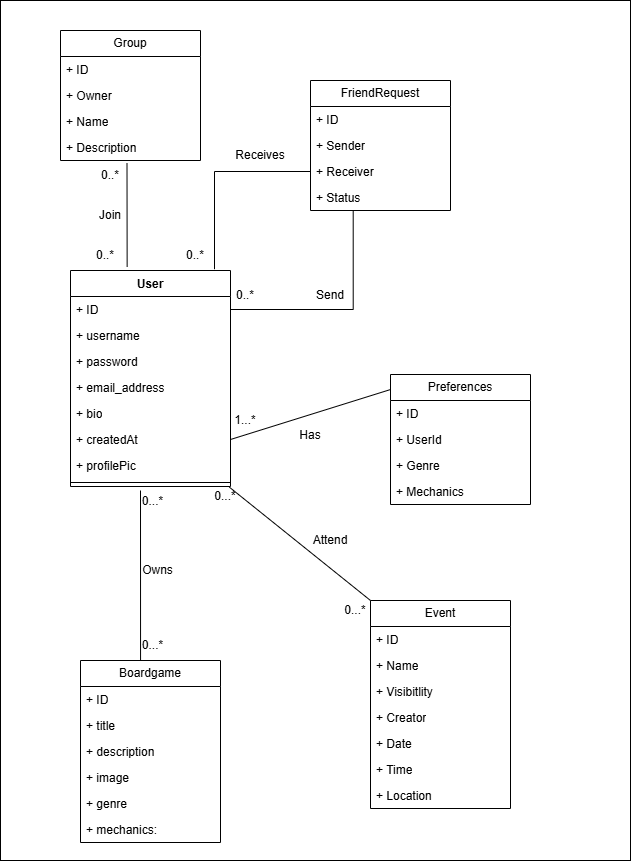
COS301-SE-2026/Boardwise keeps this draw.io diagram as docs/diagrams/User_service_domain_model.drawio.png. Above is the earlier version. Source tidied: cells renumbered, new cells last; positions are measured from the earlier drawing's top-left corner, leaving out a move shared by most shapes.
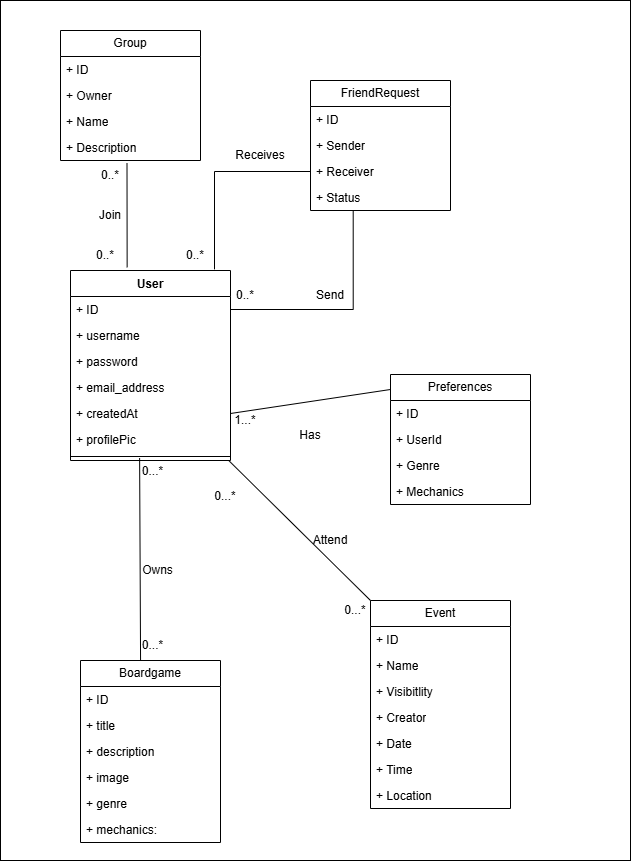
Later version of the same file.

Commit message:
Removed bio from domain model.

Diff of the diagram source:
```diff
@@ -6,7 +6,7 @@
       <mxGeometry width="630" height="860" as="geometry" />
     </mxCell>
     <mxCell id="3" value="User" style="swimlane;fontStyle=1;align=center;verticalAlign=top;horizontal=1;startSize=26;whiteSpace=wrap;html=1;" parent="1" vertex="1">
-      <mxGeometry x="70" y="270" width="160" height="216" as="geometry" />
+      <mxGeometry x="70" y="270" width="160" height="190" as="geometry" />
     </mxCell>
     <mxCell id="4" value="+ ID" style="text;strokeColor=none;fillColor=none;align=left;verticalAlign=top;spacingLeft=4;spacingRight=4;overflow=hidden;points=[[0,0.5],[1,0.5]];portConstraint=eastwest;whiteSpace=wrap;html=1;" parent="3" vertex="1">
       <mxGeometry y="26" width="160" height="26" as="geometry" />
@@ -20,17 +20,14 @@
     <mxCell id="7" value="+ email_address" style="text;strokeColor=none;fillColor=none;align=left;verticalAlign=top;spacingLeft=4;spacingRight=4;overflow=hidden;whiteSpace=wrap;html=1;" parent="3" vertex="1">
       <mxGeometry y="104" width="160" height="26" as="geometry" />
     </mxCell>
-    <mxCell id="8" value="+ bio" style="text;strokeColor=none;fillColor=none;align=left;verticalAlign=top;spacingLeft=4;spacingRight=4;overflow=hidden;whiteSpace=wrap;html=1;" parent="3" vertex="1">
-      <mxGeometry y="130" width="160" height="26" as="geometry" />
-    </mxCell>
     <mxCell id="9" value="+ createdAt" style="text;strokeColor=none;fillColor=none;align=left;verticalAlign=top;spacingLeft=4;spacingRight=4;overflow=hidden;points=[[0,0.5],[1,0.5]];portConstraint=eastwest;whiteSpace=wrap;html=1;" parent="3" vertex="1">
-      <mxGeometry y="156" width="160" height="26" as="geometry" />
+      <mxGeometry y="130" width="160" height="26" as="geometry" />
     </mxCell>
     <mxCell id="10" value="+ profilePic" style="text;strokeColor=none;fillColor=none;align=left;verticalAlign=top;spacingLeft=4;spacingRight=4;overflow=hidden;whiteSpace=wrap;html=1;" parent="3" vertex="1">
-      <mxGeometry y="182" width="160" height="26" as="geometry" />
+      <mxGeometry y="156" width="160" height="26" as="geometry" />
     </mxCell>
     <mxCell id="11" style="line;strokeWidth=1;fillColor=none;align=left;verticalAlign=middle;spacingTop=-1;spacingLeft=3;spacingRight=3;labelPosition=right;points=[];portConstraint=eastwest;strokeColor=inherit;" parent="3" vertex="1">
-      <mxGeometry y="208" width="160" height="8" as="geometry" />
+      <mxGeometry y="182" width="160" height="8" as="geometry" />
     </mxCell>
     <mxCell id="12" value="Boardgame" style="swimlane;fontStyle=0;horizontal=1;startSize=26;fillColor=none;whiteSpace=wrap;html=1;" parent="1" vertex="1">
       <mxGeometry x="80" y="660" width="140" height="182" as="geometry" />
@@ -57,7 +54,7 @@
       <mxGeometry x="230" y="280" width="30" height="30" as="geometry" />
     </mxCell>
     <mxCell id="20" value="0...*" style="text;html=1;whiteSpace=wrap;strokeColor=none;fillColor=none;align=center;verticalAlign=middle;rounded=0;" parent="1" vertex="1">
-      <mxGeometry x="140" y="486" width="25" height="30" as="geometry" />
+      <mxGeometry x="140" y="456" width="25" height="30" as="geometry" />
     </mxCell>
     <mxCell id="21" value="Preferences" style="swimlane;fontStyle=0;horizontal=1;startSize=26;fillColor=none;whiteSpace=wrap;html=1;" parent="1" vertex="1">
       <mxGeometry x="390" y="374" width="140" height="130" as="geometry" />
@@ -131,10 +128,8 @@
     <mxCell id="44" value="+ Location" style="text;strokeColor=none;fillColor=none;align=left;verticalAlign=top;spacingLeft=4;spacingRight=4;overflow=hidden;whiteSpace=wrap;html=1;" parent="37" vertex="1">
       <mxGeometry y="182" width="140" height="26" as="geometry" />
     </mxCell>
-    <mxCell id="45" style="endArrow=none;html=1;rounded=0;fontSize=12;startSize=8;endSize=8;curved=1;exitX=0.429;exitY=0;exitDx=0;exitDy=0;exitPerimeter=0;" parent="1" edge="1" source="12">
-      <mxGeometry relative="1" as="geometry">
-        <mxPoint x="140" y="490" as="targetPoint" />
-      </mxGeometry>
+    <mxCell id="45" style="endArrow=none;html=1;rounded=0;fontSize=12;startSize=8;endSize=8;curved=1;exitX=0.429;exitY=0;exitDx=0;exitDy=0;exitPerimeter=0;entryX=0.432;entryY=0.696;entryDx=0;entryDy=0;entryPerimeter=0;" parent="1" edge="1" source="12" target="11">
+      <mxGeometry relative="1" as="geometry" />
     </mxCell>
     <mxCell id="46" style="endArrow=none;html=1;rounded=0;fontSize=12;startSize=8;endSize=8;curved=1;exitX=0.993;exitY=1.083;exitDx=0;exitDy=0;exitPerimeter=0;entryX=0;entryY=0;entryDx=0;entryDy=0;" parent="1" edge="1" source="11" target="37">
       <mxGeometry relative="1" as="geometry" />
```
